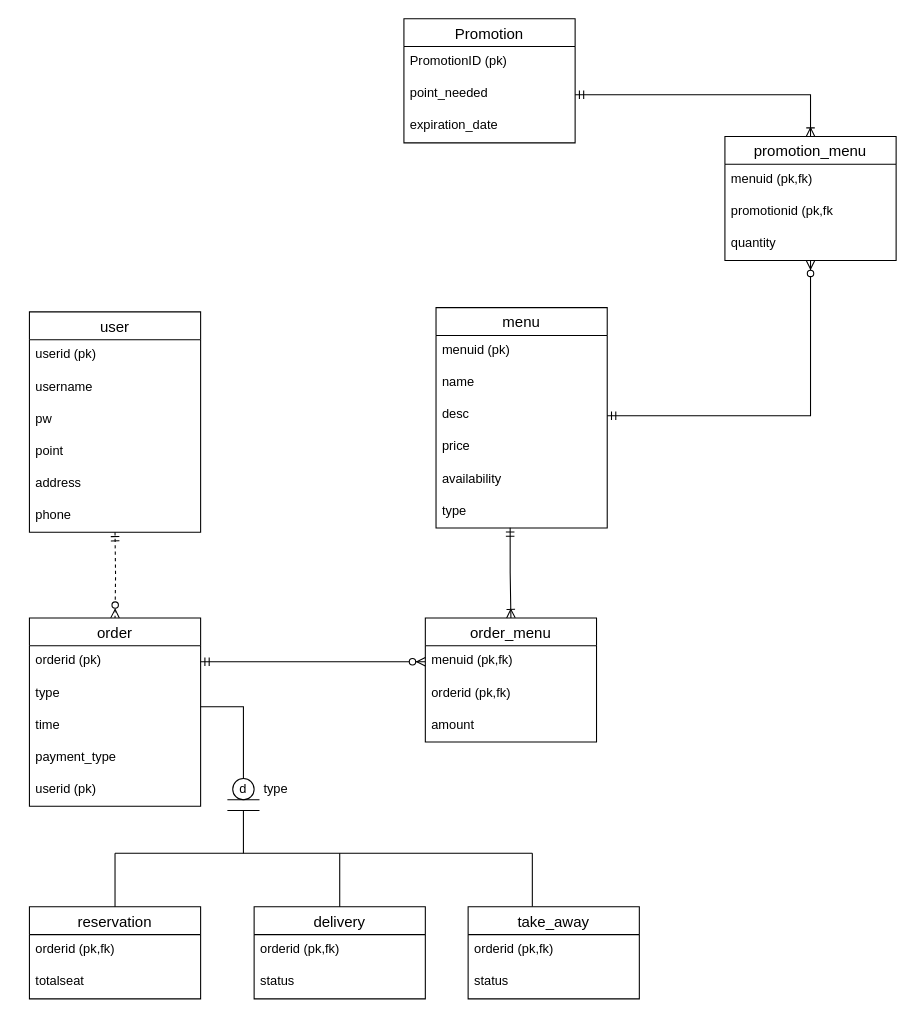
The draw.io diagram ERDworkshop.drawio in Najmi540/Week2ClassDiagram, before the edit. Source tidied: cells renumbered, new cells numbered last; positions are measured from the earlier drawing's top-left corner, leaving out a move shared by most shapes. Both pictures are drawn from the tidied source at 107%, with x=0, y=0 at pixel (29, 18).
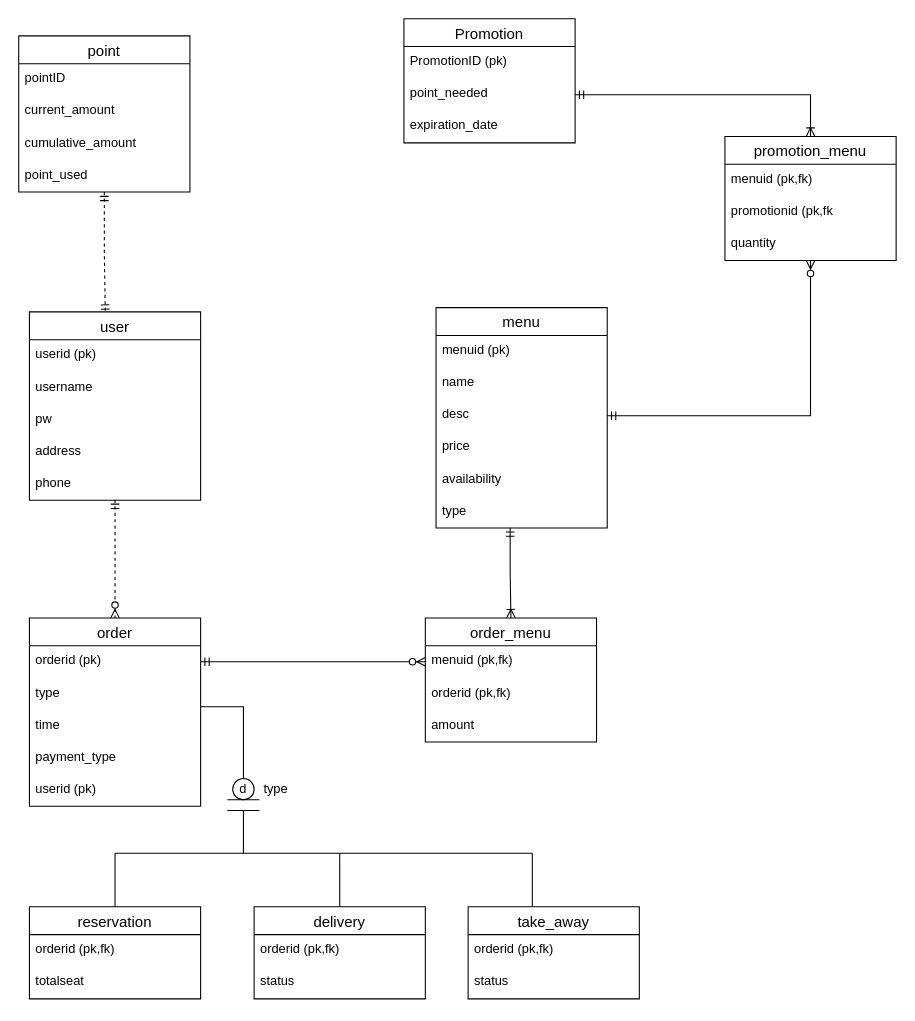
The same diagram, later.

Unchanged cells that the change refers to:
```xml
<mxCell id="16" value="order" style="swimlane;fontStyle=0;horizontal=1;startSize=26;align=center;fontSize=14;" parent="1" vertex="1">
  <mxGeometry y="560" width="160" height="176" as="geometry" />
</mxCell>
```

Diff of the diagram source:
```diff
@@
     <mxCell id="2" value="user" style="swimlane;fontStyle=0;horizontal=1;startSize=26;align=center;fontSize=14;" parent="1" vertex="1">
-      <mxGeometry y="274" width="160" height="206" as="geometry" />
+      <mxGeometry y="274" width="160" height="176" as="geometry" />
     </mxCell>
@@
-    <mxCell id="6" value="point" style="text;strokeColor=none;fillColor=none;spacingLeft=4;spacingRight=4;overflow=hidden;points=[[0,0.5],[1,0.5]];portConstraint=eastwest;fontSize=12;" parent="2" vertex="1">
-      <mxGeometry y="116" width="160" height="30" as="geometry" />
-    </mxCell>
     <mxCell id="7" value="address" style="text;strokeColor=none;fillColor=none;spacingLeft=4;spacingRight=4;overflow=hidden;fontSize=12;" parent="2" vertex="1">
-      <mxGeometry y="146" width="160" height="30" as="geometry" />
+      <mxGeometry y="116" width="160" height="30" as="geometry" />
     </mxCell>
     <mxCell id="8" value="phone" style="text;strokeColor=none;fillColor=none;spacingLeft=4;spacingRight=4;overflow=hidden;points=[[0,0.5],[1,0.5]];portConstraint=eastwest;fontSize=12;" parent="2" vertex="1">
-      <mxGeometry y="176" width="160" height="30" as="geometry" />
+      <mxGeometry y="146" width="160" height="30" as="geometry" />
     </mxCell>
@@
-    <mxCell id="22" style="edgeStyle=orthogonalEdgeStyle;rounded=0;jettySize=auto;html=1;entryX=0.5;entryY=0;entryDx=0;entryDy=0;endArrow=ERzeroToMany;endFill=1;startArrow=ERmandOne;startFill=0;dashed=1;" parent="1" edge="1" target="16">
-      <mxGeometry relative="1" as="geometry">
-        <mxPoint x="80" y="480" as="sourcePoint" />
-      </mxGeometry>
+    <mxCell id="22" style="edgeStyle=orthogonalEdgeStyle;rounded=0;jettySize=auto;html=1;entryX=0.5;entryY=0;entryDx=0;entryDy=0;endArrow=ERzeroToMany;endFill=1;startArrow=ERmandOne;startFill=0;dashed=1;exitX=0.5;exitY=0.989;exitDx=0;exitDy=0;exitPerimeter=0;" parent="1" edge="1" source="8" target="16">
+      <mxGeometry relative="1" as="geometry" />
     </mxCell>
@@
+    <mxCell id="58" style="edgeStyle=orthogonalEdgeStyle;rounded=0;jettySize=auto;html=1;exitX=0.5;exitY=1;exitDx=0;exitDy=0;entryX=0.443;entryY=0.008;entryDx=0;entryDy=0;entryPerimeter=0;startArrow=ERmandOne;startFill=0;endArrow=ERmandOne;endFill=0;dashed=1;" parent="1" edge="1" source="6" target="2">
+      <mxGeometry relative="1" as="geometry" />
+    </mxCell>
+    <mxCell id="6" value="point" style="swimlane;fontStyle=0;horizontal=1;startSize=26;align=center;fontSize=14;" parent="1" vertex="1">
+      <mxGeometry x="-10" y="16" width="160" height="146" as="geometry" />
+    </mxCell>
+    <mxCell id="59" value="pointID" style="text;strokeColor=none;fillColor=none;spacingLeft=4;spacingRight=4;overflow=hidden;fontSize=12;" parent="6" vertex="1">
+      <mxGeometry y="26" width="160" height="30" as="geometry" />
+    </mxCell>
+    <mxCell id="60" value="current_amount" style="text;strokeColor=none;fillColor=none;spacingLeft=4;spacingRight=4;overflow=hidden;fontSize=12;" parent="6" vertex="1">
+      <mxGeometry y="56" width="160" height="30" as="geometry" />
+    </mxCell>
+    <mxCell id="61" value="cumulative_amount" style="text;strokeColor=none;fillColor=none;spacingLeft=4;spacingRight=4;overflow=hidden;fontSize=12;" parent="6" vertex="1">
+      <mxGeometry y="86" width="160" height="30" as="geometry" />
+    </mxCell>
+    <mxCell id="62" value="point_used" style="text;strokeColor=none;fillColor=none;spacingLeft=4;spacingRight=4;overflow=hidden;fontSize=12;" parent="6" vertex="1">
+      <mxGeometry y="116" width="160" height="30" as="geometry" />
+    </mxCell>
```
